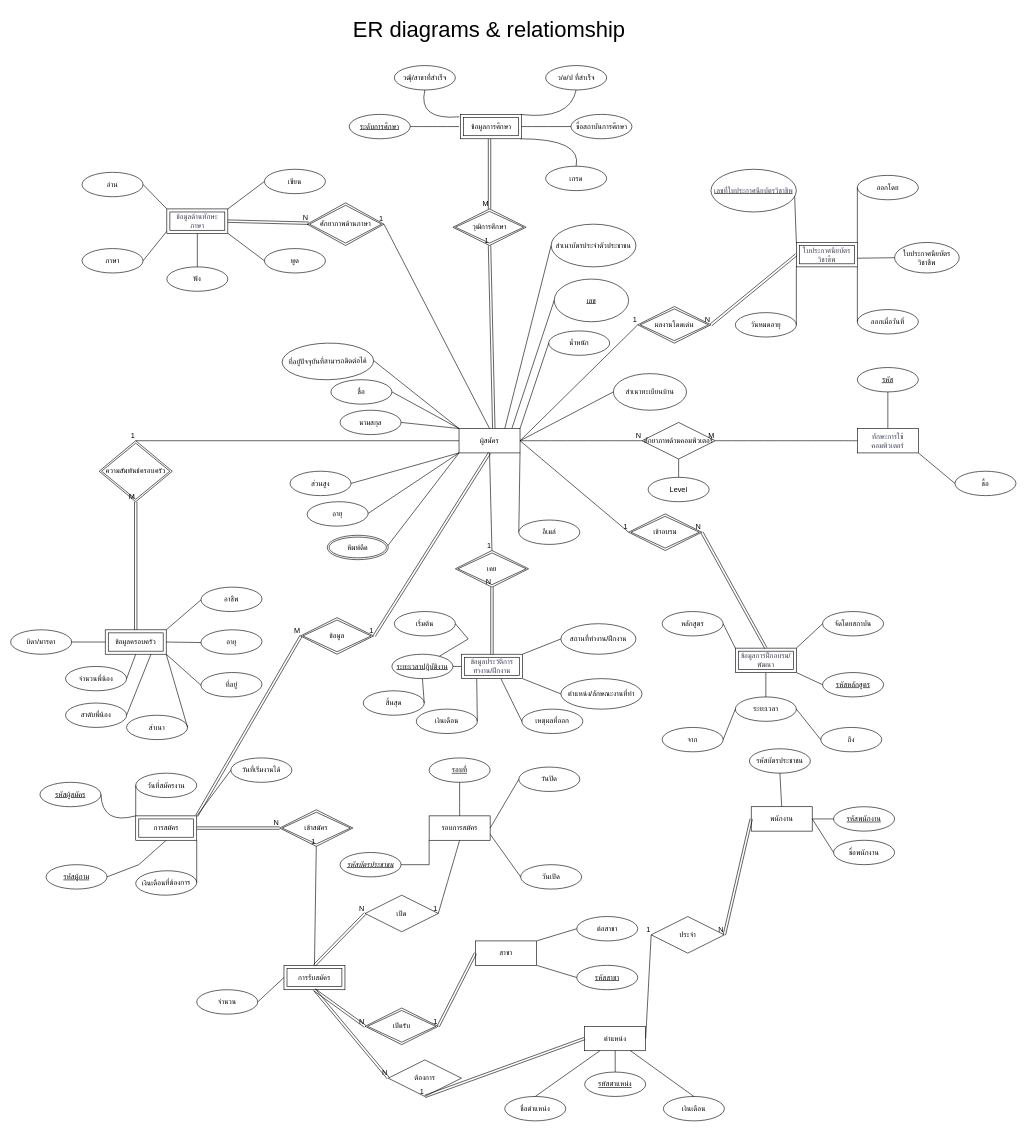
This is page "ER diagrams & Relationship" (2 of 5) of YZ.drawio from Exises/RandomSalt, a draw.io file, before an edit. Source tidied: cells renumbered, new cells numbered last; positions are measured from the earlier drawing's top-left corner, leaving out a move shared by most shapes. Both pictures are drawn from the tidied source at 61%, with x=0, y=0 at pixel (10, 10).
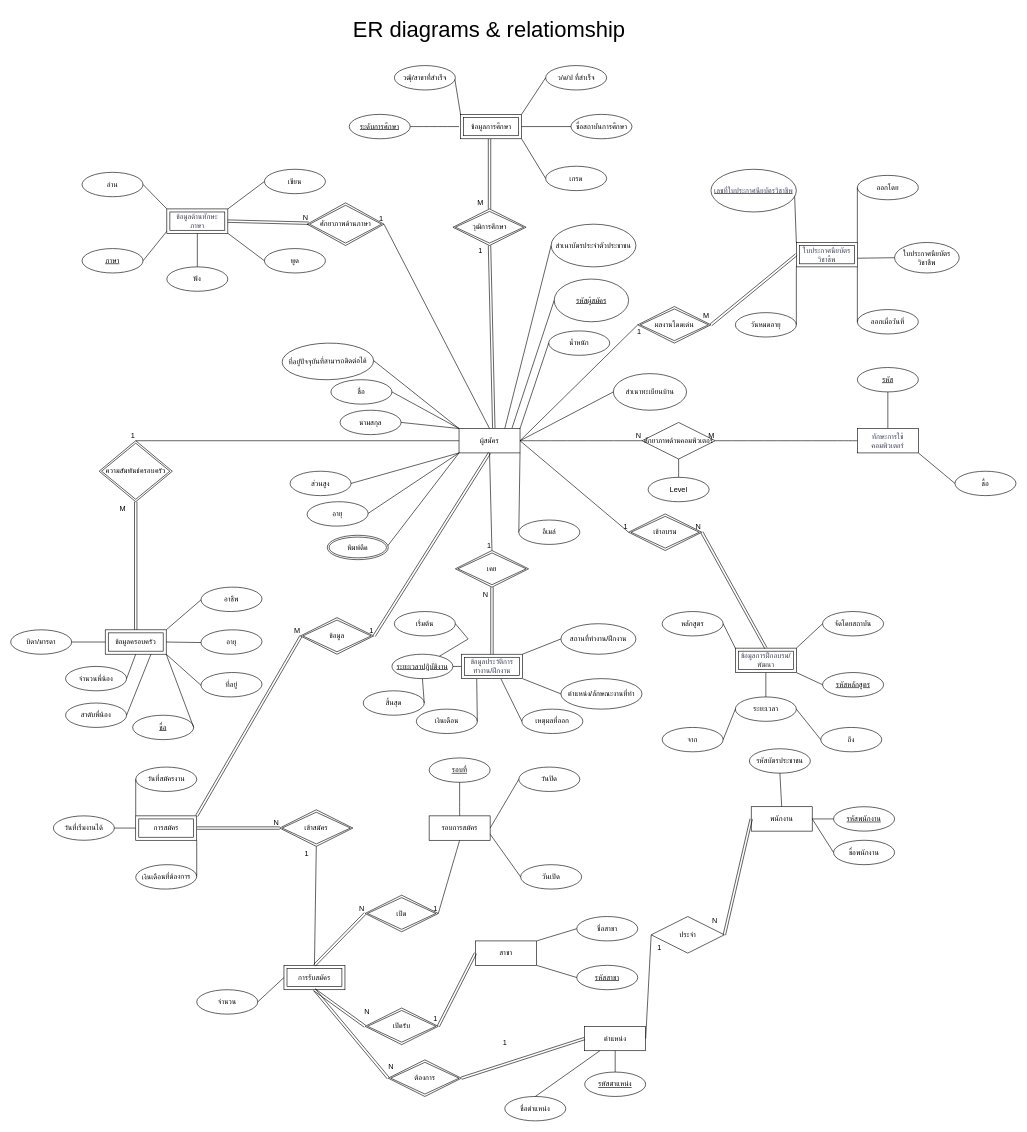
The same page after the edit.

Unchanged cells that the change refers to:
```xml
<mxCell id="34" style="shape=link;html=1;rounded=0;fontColor=default;exitX=0;exitY=0.5;exitDx=0;exitDy=0;entryX=1;entryY=0.5;entryDx=0;entryDy=0;labelBackgroundColor=none;" parent="1" edge="1" source="32" target="33">
  <mxGeometry relative="1" as="geometry" />
</mxCell>
<mxCell id="51" style="endArrow=none;html=1;rounded=0;fontColor=default;exitX=1;exitY=0.5;exitDx=0;exitDy=0;entryX=0;entryY=0.5;entryDx=0;entryDy=0;labelBackgroundColor=none;" parent="1" edge="1" source="2" target="33">
  <mxGeometry relative="1" as="geometry" />
</mxCell>
<mxCell id="58" style="shape=link;html=1;rounded=0;fontColor=default;exitX=0.5;exitY=0;exitDx=0;exitDy=0;entryX=0.5;entryY=1;entryDx=0;entryDy=0;labelBackgroundColor=none;" parent="1" edge="1" source="50" target="55">
  <mxGeometry relative="1" as="geometry" />
</mxCell>
<mxCell id="122" style="shape=link;html=1;rounded=0;exitX=0.5;exitY=0;exitDx=0;exitDy=0;entryX=0.5;entryY=1;entryDx=0;entryDy=0;labelBackgroundColor=none;fontColor=default;" parent="1" edge="1" source="14" target="21">
  <mxGeometry relative="1" as="geometry" />
</mxCell>
<mxCell id="124" value="รอบการสมัคร" style="whiteSpace=wrap;html=1;align=center;labelBackgroundColor=none;" parent="1" vertex="1">
  <mxGeometry x="686" y="1320" width="100" height="40" as="geometry" />
</mxCell>
<mxCell id="131" value="การรับสมัคร" style="shape=ext;margin=3;double=1;whiteSpace=wrap;html=1;align=center;" parent="1" vertex="1">
  <mxGeometry x="448" y="1565" width="100" height="40" as="geometry" />
</mxCell>
<mxCell id="132" value="ตำแหน่ง" style="whiteSpace=wrap;html=1;align=center;" parent="1" vertex="1">
  <mxGeometry x="941" y="1665" width="100" height="40" as="geometry" />
</mxCell>
<mxCell id="139" style="shape=link;html=1;rounded=0;fontSize=12;startSize=8;endSize=8;curved=1;exitX=0.5;exitY=1;exitDx=0;exitDy=0;entryX=0;entryY=0.5;entryDx=0;entryDy=0;" parent="1" edge="1" source="131" target="138">
  <mxGeometry relative="1" as="geometry" />
</mxCell>
<mxCell id="141" style="shape=link;html=1;rounded=0;fontSize=12;startSize=8;endSize=8;curved=1;exitX=0;exitY=0.5;exitDx=0;exitDy=0;entryX=1;entryY=0.5;entryDx=0;entryDy=0;" parent="1" edge="1" source="106" target="138">
  <mxGeometry relative="1" as="geometry" />
</mxCell>
<mxCell id="143" style="shape=link;html=1;rounded=0;fontSize=12;startSize=8;endSize=8;curved=1;exitX=0.5;exitY=1;exitDx=0;exitDy=0;entryX=0.5;entryY=0;entryDx=0;entryDy=0;" parent="1" edge="1" target="198">
  <mxGeometry relative="1" as="geometry">
    <mxPoint x="785" y="210" as="sourcePoint" />
  </mxGeometry>
</mxCell>
<mxCell id="145" value="เกรด" style="ellipse;whiteSpace=wrap;html=1;align=center;" parent="1" vertex="1">
  <mxGeometry x="877" y="255" width="100" height="40" as="geometry" />
</mxCell>
<mxCell id="146" value="ชื่อสถาบันการศึกษา" style="ellipse;whiteSpace=wrap;html=1;align=center;" parent="1" vertex="1">
  <mxGeometry x="918.5" y="170" width="100" height="40" as="geometry" />
</mxCell>
<mxCell id="147" value="ว/ด/ป ที่สำเร็จ" style="ellipse;whiteSpace=wrap;html=1;align=center;" parent="1" vertex="1">
  <mxGeometry x="877" y="90" width="100" height="40" as="geometry" />
</mxCell>
<mxCell id="149" value="วฒุิ/สาขาที่สำเร็จ" style="ellipse;whiteSpace=wrap;html=1;align=center;" parent="1" vertex="1">
  <mxGeometry x="629" y="90" width="100" height="40" as="geometry" />
</mxCell>
<mxCell id="172" style="endArrow=none;html=1;rounded=0;fontSize=12;startSize=8;endSize=8;curved=1;exitX=1;exitY=0.5;exitDx=0;exitDy=0;entryX=0;entryY=0.5;entryDx=0;entryDy=0;" parent="1" edge="1" source="132" target="169">
  <mxGeometry relative="1" as="geometry" />
</mxCell>
<mxCell id="174" style="shape=link;html=1;rounded=0;fontSize=12;startSize=8;endSize=8;curved=1;entryX=1;entryY=0.5;entryDx=0;entryDy=0;exitX=0;exitY=0.5;exitDx=0;exitDy=0;" parent="1" edge="1" source="117" target="169">
  <mxGeometry relative="1" as="geometry" />
</mxCell>
<mxCell id="197" value="ข้อมูลการศึกษา" style="shape=ext;margin=3;double=1;whiteSpace=wrap;html=1;align=center;" parent="1" vertex="1">
  <mxGeometry x="737.5" y="170" width="100" height="40" as="geometry" />
</mxCell>
<mxCell id="199" style="shape=link;html=1;rounded=0;exitX=0.57;exitY=-0.017;exitDx=0;exitDy=0;exitPerimeter=0;entryX=0.5;entryY=1;entryDx=0;entryDy=0;" parent="1" edge="1" source="2" target="198">
  <mxGeometry relative="1" as="geometry" />
</mxCell>
<mxCell id="206" value="การสมัคร" style="shape=ext;margin=3;double=1;whiteSpace=wrap;html=1;align=center;" parent="1" vertex="1">
  <mxGeometry x="205" y="1320" width="100" height="40" as="geometry" />
</mxCell>
<mxCell id="208" style="endArrow=none;html=1;rounded=0;exitX=0.5;exitY=0;exitDx=0;exitDy=0;entryX=0.5;entryY=1;entryDx=0;entryDy=0;" parent="1" edge="1" source="131" target="207">
  <mxGeometry relative="1" as="geometry" />
</mxCell>
```

Change to the diagram source:
```diff
@@
-    <mxCell id="35" value="N" style="html=1;whiteSpace=wrap;align=right;verticalAlign=bottom;labelBackgroundColor=none;" parent="34" vertex="1">
+    <mxCell id="35" style="html=1;whiteSpace=wrap;align=right;verticalAlign=bottom;labelBackgroundColor=none;" parent="34" vertex="1">
       <mxGeometry x="1" relative="1" as="geometry" />
     </mxCell>
@@
     <mxCell id="52" value="1" style="html=1;whiteSpace=wrap;align=right;verticalAlign=bottom;labelBackgroundColor=none;" parent="51" vertex="1">
-      <mxGeometry x="1" relative="1" as="geometry" />
+      <mxGeometry x="1" relative="1" as="geometry">
+        <mxPoint x="7" y="20" as="offset" />
+      </mxGeometry>
     </mxCell>
@@
     <mxCell id="59" value="N" style="html=1;whiteSpace=wrap;align=right;verticalAlign=bottom;labelBackgroundColor=none;" parent="58" vertex="1">
-      <mxGeometry x="1" relative="1" as="geometry" />
+      <mxGeometry x="1" relative="1" as="geometry">
+        <mxPoint x="-5" y="20" as="offset" />
+      </mxGeometry>
     </mxCell>
-    <mxCell id="60" value="ภาษา" style="ellipse;whiteSpace=wrap;html=1;align=center;labelBackgroundColor=none;" parent="1" vertex="1">
+    <mxCell id="60" value="&lt;u&gt;ภาษา&lt;/u&gt;" style="ellipse;whiteSpace=wrap;html=1;align=center;labelBackgroundColor=none;" parent="1" vertex="1">
       <mxGeometry x="117" y="390" width="100" height="40" as="geometry" />
     </mxCell>
@@
     <mxCell id="96" value="วันที่สมัครงาน" style="ellipse;whiteSpace=wrap;html=1;align=center;labelBackgroundColor=none;" parent="1" vertex="1">
-      <mxGeometry x="205" y="1250" width="100" height="40" as="geometry" />
+      <mxGeometry x="205" y="1240" width="100" height="40" as="geometry" />
     </mxCell>
     <mxCell id="97" value="เงินเดือนที่ต้องการ" style="ellipse;whiteSpace=wrap;html=1;align=center;labelBackgroundColor=none;rotation=-1;" parent="1" vertex="1">
-      <mxGeometry x="205" y="1410" width="100" height="40" as="geometry" />
+      <mxGeometry x="205" y="1400" width="100" height="40" as="geometry" />
     </mxCell>
     <mxCell id="98" value="วันที่เริ่มงานได้" style="ellipse;whiteSpace=wrap;html=1;align=center;labelBackgroundColor=none;rotation=0;" parent="1" vertex="1">
-      <mxGeometry x="361" y="1225" width="100" height="40" as="geometry" />
+      <mxGeometry x="70" y="1320" width="100" height="40" as="geometry" />
     </mxCell>
@@
-    <mxCell id="100" style="endArrow=none;html=1;rounded=0;fontColor=default;entryX=0;entryY=0.5;entryDx=0;entryDy=0;exitX=1;exitY=0;exitDx=0;exitDy=0;labelBackgroundColor=none;" parent="1" edge="1" target="98">
-      <mxGeometry relative="1" as="geometry">
-        <mxPoint x="305" y="1320" as="sourcePoint" />
-      </mxGeometry>
+    <mxCell id="100" style="endArrow=none;html=1;rounded=0;fontColor=default;entryX=1;entryY=0.5;entryDx=0;entryDy=0;exitX=0;exitY=0.5;exitDx=0;exitDy=0;labelBackgroundColor=none;" parent="1" edge="1" source="206" target="98">
+      <mxGeometry relative="1" as="geometry" />
     </mxCell>
@@
-    <mxCell id="108" value="ต่อสาขา" style="ellipse;whiteSpace=wrap;html=1;align=center;labelBackgroundColor=none;" parent="1" vertex="1">
+    <mxCell id="108" value="ชื่อสาขา" style="ellipse;whiteSpace=wrap;html=1;align=center;labelBackgroundColor=none;" parent="1" vertex="1">
       <mxGeometry x="928" y="1485" width="100" height="40" as="geometry" />
     </mxCell>
@@
-    <mxCell id="111" value="เลข" style="ellipse;whiteSpace=wrap;html=1;align=center;fontStyle=4;labelBackgroundColor=none;" parent="1" vertex="1">
+    <mxCell id="111" value="รหัสผู้สมัคร" style="ellipse;whiteSpace=wrap;html=1;align=center;fontStyle=4;labelBackgroundColor=none;" parent="1" vertex="1">
       <mxGeometry x="891" y="440" width="122" height="70" as="geometry" />
     </mxCell>
@@
     <mxCell id="123" value="M" style="html=1;whiteSpace=wrap;align=right;verticalAlign=bottom;labelBackgroundColor=none;" parent="122" vertex="1">
-      <mxGeometry x="1" relative="1" as="geometry" />
+      <mxGeometry x="1" relative="1" as="geometry">
+        <mxPoint x="-15" y="20" as="offset" />
+      </mxGeometry>
     </mxCell>
@@
-    <mxCell id="133" value="เปิด" style="shape=rhombus;perimeter=rhombusPerimeter;whiteSpace=wrap;html=1;align=center;" parent="1" vertex="1">
-      <mxGeometry x="581" y="1450" width="120" height="60" as="geometry" />
-    </mxCell>
-    <mxCell id="134" style="shape=link;html=1;rounded=0;fontSize=12;startSize=8;endSize=8;curved=1;exitX=0.5;exitY=0;exitDx=0;exitDy=0;entryX=0;entryY=0.5;entryDx=0;entryDy=0;" parent="1" edge="1" source="131" target="133">
-      <mxGeometry relative="1" as="geometry" />
+    <mxCell id="134" style="shape=link;html=1;rounded=0;fontSize=12;startSize=8;endSize=8;curved=1;exitX=0.5;exitY=0;exitDx=0;exitDy=0;entryX=0;entryY=0.5;entryDx=0;entryDy=0;" parent="1" edge="1" source="131">
+      <mxGeometry relative="1" as="geometry">
+        <mxPoint x="581" y="1480" as="targetPoint" />
+      </mxGeometry>
     </mxCell>
@@
-    <mxCell id="136" style="endArrow=none;html=1;rounded=0;fontSize=12;startSize=8;endSize=8;curved=1;exitX=0.5;exitY=1;exitDx=0;exitDy=0;entryX=1;entryY=0.5;entryDx=0;entryDy=0;" parent="1" edge="1" source="124" target="133">
-      <mxGeometry relative="1" as="geometry" />
+    <mxCell id="136" style="endArrow=none;html=1;rounded=0;fontSize=12;startSize=8;endSize=8;curved=1;exitX=0.5;exitY=1;exitDx=0;exitDy=0;entryX=1;entryY=0.5;entryDx=0;entryDy=0;" parent="1" edge="1" source="124">
+      <mxGeometry relative="1" as="geometry">
+        <mxPoint x="701" y="1480" as="targetPoint" />
+      </mxGeometry>
     </mxCell>
@@
     <mxCell id="140" value="N" style="html=1;whiteSpace=wrap;align=right;verticalAlign=bottom;" parent="139" vertex="1">
-      <mxGeometry x="1" relative="1" as="geometry" />
+      <mxGeometry x="1" relative="1" as="geometry">
+        <mxPoint x="9" y="-15" as="offset" />
+      </mxGeometry>
     </mxCell>
@@
     <mxCell id="142" value="1" style="html=1;whiteSpace=wrap;align=right;verticalAlign=bottom;" parent="141" vertex="1">
-      <mxGeometry x="1" relative="1" as="geometry" />
+      <mxGeometry x="1" relative="1" as="geometry">
+        <mxPoint y="-5" as="offset" />
+      </mxGeometry>
     </mxCell>
@@
-    <mxCell id="144" value="M" style="html=1;whiteSpace=wrap;align=right;verticalAlign=bottom;" parent="143" vertex="1">
+    <mxCell id="144" style="html=1;whiteSpace=wrap;align=right;verticalAlign=bottom;" parent="143" vertex="1">
       <mxGeometry x="1" relative="1" as="geometry" />
     </mxCell>
@@
-    <mxCell id="151" style="endArrow=none;html=1;rounded=0;fontSize=12;startSize=8;endSize=8;curved=1;entryX=0.006;entryY=0.1;entryDx=0;entryDy=0;entryPerimeter=0;exitX=0.5;exitY=1;exitDx=0;exitDy=0;" parent="1" edge="1" source="149">
-      <mxGeometry relative="1" as="geometry">
-        <mxPoint x="735.6" y="174" as="targetPoint" />
-        <Array as="points">
-          <mxPoint x="667" y="180" />
-        </Array>
-      </mxGeometry>
-    </mxCell>
-    <mxCell id="152" style="endArrow=none;html=1;rounded=0;fontSize=12;startSize=8;endSize=8;curved=1;entryX=0;entryY=0.5;entryDx=0;entryDy=0;exitX=1;exitY=0.5;exitDx=0;exitDy=0;" parent="1" edge="1" target="146">
-      <mxGeometry relative="1" as="geometry">
-        <mxPoint x="835" y="190" as="sourcePoint" />
-      </mxGeometry>
-    </mxCell>
-    <mxCell id="153" style="endArrow=none;html=1;rounded=0;fontSize=12;startSize=8;endSize=8;curved=1;entryX=0.5;entryY=1;entryDx=0;entryDy=0;exitX=1;exitY=0;exitDx=0;exitDy=0;" parent="1" edge="1" target="147">
-      <mxGeometry relative="1" as="geometry">
-        <mxPoint x="835" y="170" as="sourcePoint" />
-        <Array as="points">
-          <mxPoint x="917" y="180" />
-        </Array>
-      </mxGeometry>
-    </mxCell>
-    <mxCell id="154" style="endArrow=none;html=1;rounded=0;fontSize=12;startSize=8;endSize=8;curved=1;entryX=0.5;entryY=0;entryDx=0;entryDy=0;exitX=1;exitY=1;exitDx=0;exitDy=0;" parent="1" edge="1" target="145">
-      <mxGeometry relative="1" as="geometry">
-        <mxPoint x="835" y="210" as="sourcePoint" />
-        <Array as="points">
-          <mxPoint x="937" y="210" />
-        </Array>
-      </mxGeometry>
-    </mxCell>
@@
-    <mxCell id="166" value="รหัสผู้สมัคร" style="ellipse;whiteSpace=wrap;html=1;align=center;fontStyle=4;" parent="1" vertex="1">
-      <mxGeometry x="48" y="1265" width="100" height="40" as="geometry" />
-    </mxCell>
-    <mxCell id="167" style="endArrow=none;html=1;rounded=0;fontSize=12;startSize=8;endSize=8;curved=1;entryX=0;entryY=0;entryDx=0;entryDy=0;exitX=1;exitY=0.5;exitDx=0;exitDy=0;" parent="1" edge="1" source="166">
-      <mxGeometry relative="1" as="geometry">
-        <mxPoint x="205" y="1320" as="targetPoint" />
-        <Array as="points">
-          <mxPoint x="150" y="1335" />
-        </Array>
-      </mxGeometry>
-    </mxCell>
-    <mxCell id="168" value="ต้องการ" style="shape=rhombus;perimeter=rhombusPerimeter;whiteSpace=wrap;html=1;align=center;" parent="1" vertex="1">
-      <mxGeometry x="619" y="1720" width="120" height="60" as="geometry" />
-    </mxCell>
@@
-    <mxCell id="170" style="shape=link;html=1;rounded=0;fontSize=12;startSize=8;endSize=8;curved=1;exitX=0;exitY=0.5;exitDx=0;exitDy=0;entryX=0.5;entryY=1;entryDx=0;entryDy=0;" parent="1" edge="1" source="132" target="168">
-      <mxGeometry relative="1" as="geometry" />
+    <mxCell id="170" style="shape=link;html=1;rounded=0;fontSize=12;startSize=8;endSize=8;curved=1;exitX=0;exitY=0.5;exitDx=0;exitDy=0;entryX=1;entryY=0.5;entryDx=0;entryDy=0;" parent="1" edge="1" source="132">
+      <mxGeometry relative="1" as="geometry">
+        <mxPoint x="739" y="1750" as="targetPoint" />
+      </mxGeometry>
     </mxCell>
     <mxCell id="171" value="1" style="html=1;whiteSpace=wrap;align=right;verticalAlign=bottom;" parent="170" vertex="1">
-      <mxGeometry x="1" relative="1" as="geometry" />
+      <mxGeometry x="1" relative="1" as="geometry">
+        <mxPoint x="76" y="-50" as="offset" />
+      </mxGeometry>
     </mxCell>
@@
     <mxCell id="173" value="1" style="html=1;whiteSpace=wrap;align=right;verticalAlign=bottom;" parent="172" vertex="1">
-      <mxGeometry x="1" relative="1" as="geometry" />
+      <mxGeometry x="1" relative="1" as="geometry">
+        <mxPoint x="18" y="30" as="offset" />
+      </mxGeometry>
     </mxCell>
@@
     <mxCell id="175" value="N" style="html=1;whiteSpace=wrap;align=right;verticalAlign=bottom;" parent="174" vertex="1">
-      <mxGeometry x="1" relative="1" as="geometry" />
+      <mxGeometry x="1" relative="1" as="geometry">
+        <mxPoint x="-10" y="-15" as="offset" />
+      </mxGeometry>
     </mxCell>
@@
-    <mxCell id="178" value="&lt;u&gt;รหัสผู้ถาม&lt;/u&gt;" style="ellipse;whiteSpace=wrap;html=1;align=center;" parent="1" vertex="1">
-      <mxGeometry x="58" y="1400" width="100" height="40" as="geometry" />
-    </mxCell>
-    <mxCell id="179" value="&lt;u&gt;&lt;i&gt;รหัสบัตรประชาชน&lt;/i&gt;&lt;/u&gt;" style="ellipse;whiteSpace=wrap;html=1;align=center;" parent="1" vertex="1">
-      <mxGeometry x="540" y="1380" width="100" height="40" as="geometry" />
-    </mxCell>
-    <mxCell id="180" style="endArrow=none;html=1;rounded=0;entryX=0.5;entryY=1;entryDx=0;entryDy=0;exitX=1;exitY=0.5;exitDx=0;exitDy=0;" parent="1" edge="1" source="178">
-      <mxGeometry relative="1" as="geometry">
-        <mxPoint x="255" y="1360" as="targetPoint" />
-        <Array as="points">
-          <mxPoint x="210" y="1400" />
-        </Array>
-      </mxGeometry>
-    </mxCell>
-    <mxCell id="181" style="endArrow=none;html=1;rounded=0;entryX=0;entryY=1;entryDx=0;entryDy=0;exitX=1;exitY=0.5;exitDx=0;exitDy=0;" parent="1" edge="1" source="179" target="124">
-      <mxGeometry relative="1" as="geometry">
-        <Array as="points">
-          <mxPoint x="686" y="1400" />
-        </Array>
-      </mxGeometry>
-    </mxCell>
@@
-    <mxCell id="194" value="เงินเดือน" style="ellipse;whiteSpace=wrap;html=1;align=center;" parent="1" vertex="1">
-      <mxGeometry x="1070" y="1780" width="100" height="40" as="geometry" />
-    </mxCell>
@@
-    <mxCell id="196" style="endArrow=none;html=1;rounded=0;entryX=0.5;entryY=0;entryDx=0;entryDy=0;exitX=0.75;exitY=1;exitDx=0;exitDy=0;" parent="1" edge="1" source="132" target="194">
-      <mxGeometry relative="1" as="geometry" />
-    </mxCell>
@@
-    <mxCell id="200" value="1" style="html=1;whiteSpace=wrap;align=right;verticalAlign=bottom;" parent="199" vertex="1">
+    <mxCell id="200" style="html=1;whiteSpace=wrap;align=right;verticalAlign=bottom;" parent="199" vertex="1">
       <mxGeometry x="1" relative="1" as="geometry" />
     </mxCell>
@@
-    <mxCell id="203" value="สำเนา" style="ellipse;whiteSpace=wrap;html=1;align=center;" parent="1" vertex="1">
-      <mxGeometry x="190" y="1155" width="100" height="40" as="geometry" />
+    <mxCell id="203" value="&lt;u&gt;ชื่อ&lt;/u&gt;" style="ellipse;whiteSpace=wrap;html=1;align=center;" parent="1" vertex="1">
+      <mxGeometry x="200" y="1155" width="100" height="40" as="geometry" />
     </mxCell>
@@
     <mxCell id="209" value="1" style="html=1;whiteSpace=wrap;align=right;verticalAlign=bottom;" parent="208" vertex="1">
-      <mxGeometry x="1" relative="1" as="geometry" />
+      <mxGeometry x="1" relative="1" as="geometry">
+        <mxPoint x="-11" y="20" as="offset" />
+      </mxGeometry>
     </mxCell>
@@
-    <mxCell id="212" style="shape=link;html=1;rounded=0;exitX=0.5;exitY=1;exitDx=0;exitDy=0;entryX=0;entryY=0.5;entryDx=0;entryDy=0;" parent="1" edge="1" source="131" target="168">
-      <mxGeometry relative="1" as="geometry" />
+    <mxCell id="212" style="shape=link;html=1;rounded=0;exitX=0.5;exitY=1;exitDx=0;exitDy=0;entryX=0;entryY=0.5;entryDx=0;entryDy=0;" parent="1" edge="1" source="131">
+      <mxGeometry relative="1" as="geometry">
+        <mxPoint x="619" y="1750" as="targetPoint" />
+      </mxGeometry>
     </mxCell>
     <mxCell id="213" value="N" style="html=1;whiteSpace=wrap;align=right;verticalAlign=bottom;" parent="212" vertex="1">
-      <mxGeometry x="1" relative="1" as="geometry" />
+      <mxGeometry x="1" relative="1" as="geometry">
+        <mxPoint x="10" y="-10" as="offset" />
+      </mxGeometry>
     </mxCell>
@@
+    <mxCell id="216" style="endArrow=none;html=1;rounded=0;exitX=0.992;exitY=0.57;exitDx=0;exitDy=0;exitPerimeter=0;entryX=0;entryY=0;entryDx=0;entryDy=0;" parent="1" edge="1" source="149" target="197">
+      <mxGeometry relative="1" as="geometry" />
+    </mxCell>
+    <mxCell id="217" style="endArrow=none;html=1;rounded=0;entryX=0;entryY=0.5;entryDx=0;entryDy=0;exitX=1;exitY=0;exitDx=0;exitDy=0;" parent="1" edge="1" source="197" target="147">
+      <mxGeometry relative="1" as="geometry" />
+    </mxCell>
+    <mxCell id="218" style="endArrow=none;html=1;rounded=0;entryX=0;entryY=0.5;entryDx=0;entryDy=0;exitX=1;exitY=0.5;exitDx=0;exitDy=0;" parent="1" edge="1" source="197" target="146">
+      <mxGeometry relative="1" as="geometry" />
+    </mxCell>
+    <mxCell id="219" style="endArrow=none;html=1;rounded=0;entryX=0;entryY=0.5;entryDx=0;entryDy=0;exitX=1;exitY=1;exitDx=0;exitDy=0;" parent="1" edge="1" source="197" target="145">
+      <mxGeometry relative="1" as="geometry" />
+    </mxCell>
+    <mxCell id="220" value="1" style="text;html=1;align=center;verticalAlign=middle;strokeColor=none;fillColor=none;" parent="1" vertex="1">
+      <mxGeometry x="755" y="378" width="30" height="30" as="geometry" />
+    </mxCell>
+    <mxCell id="221" value="M" style="text;html=1;align=center;verticalAlign=middle;strokeColor=none;fillColor=none;" parent="1" vertex="1">
+      <mxGeometry x="755" y="300" width="30" height="30" as="geometry" />
+    </mxCell>
+    <mxCell id="222" value="M" style="text;html=1;align=center;verticalAlign=middle;strokeColor=none;fillColor=none;" parent="1" vertex="1">
+      <mxGeometry x="1125" y="485" width="30" height="30" as="geometry" />
+    </mxCell>
+    <mxCell id="133" value="เปิด" style="shape=rhombus;double=1;perimeter=rhombusPerimeter;whiteSpace=wrap;html=1;align=center;" parent="1" vertex="1">
+      <mxGeometry x="581" y="1450" width="120" height="60" as="geometry" />
+    </mxCell>
+    <mxCell id="168" value="ต้องการ" style="shape=rhombus;double=1;perimeter=rhombusPerimeter;whiteSpace=wrap;html=1;align=center;" parent="1" vertex="1">
+      <mxGeometry x="619" y="1720" width="120" height="60" as="geometry" />
+    </mxCell>
```
